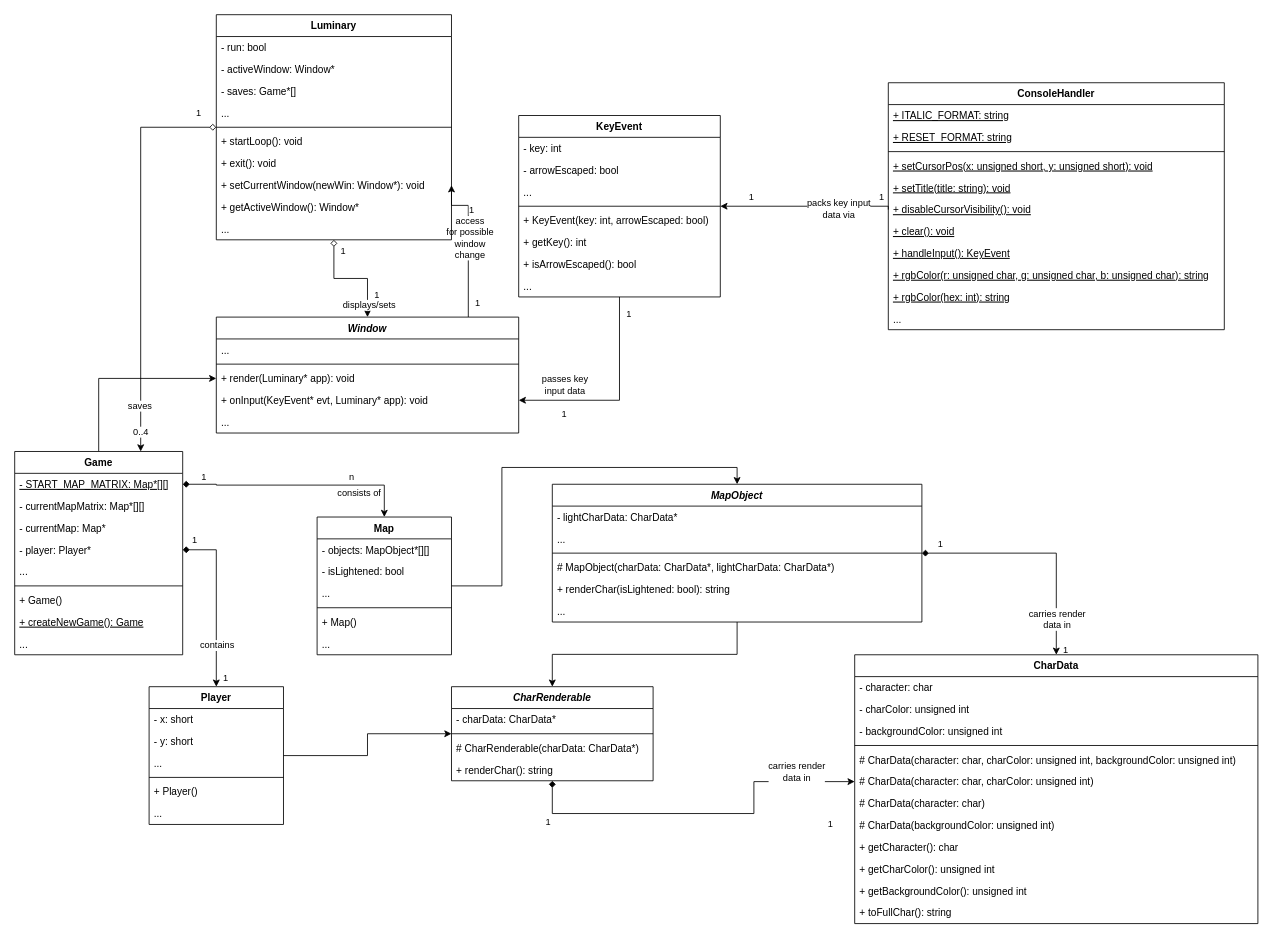
Before: page "UML Diagram" (2 of 2) of project-luminary/diagrams.drawio in KrazyManJ/luminary, a draw.io diagram. Source tidied: cells renumbered, new cells numbered last; positions are measured from the earlier drawing's top-left corner, leaving out a move shared by most shapes. Both pictures are drawn from the tidied source at 84%, with x=0, y=0 at pixel (14, 14).
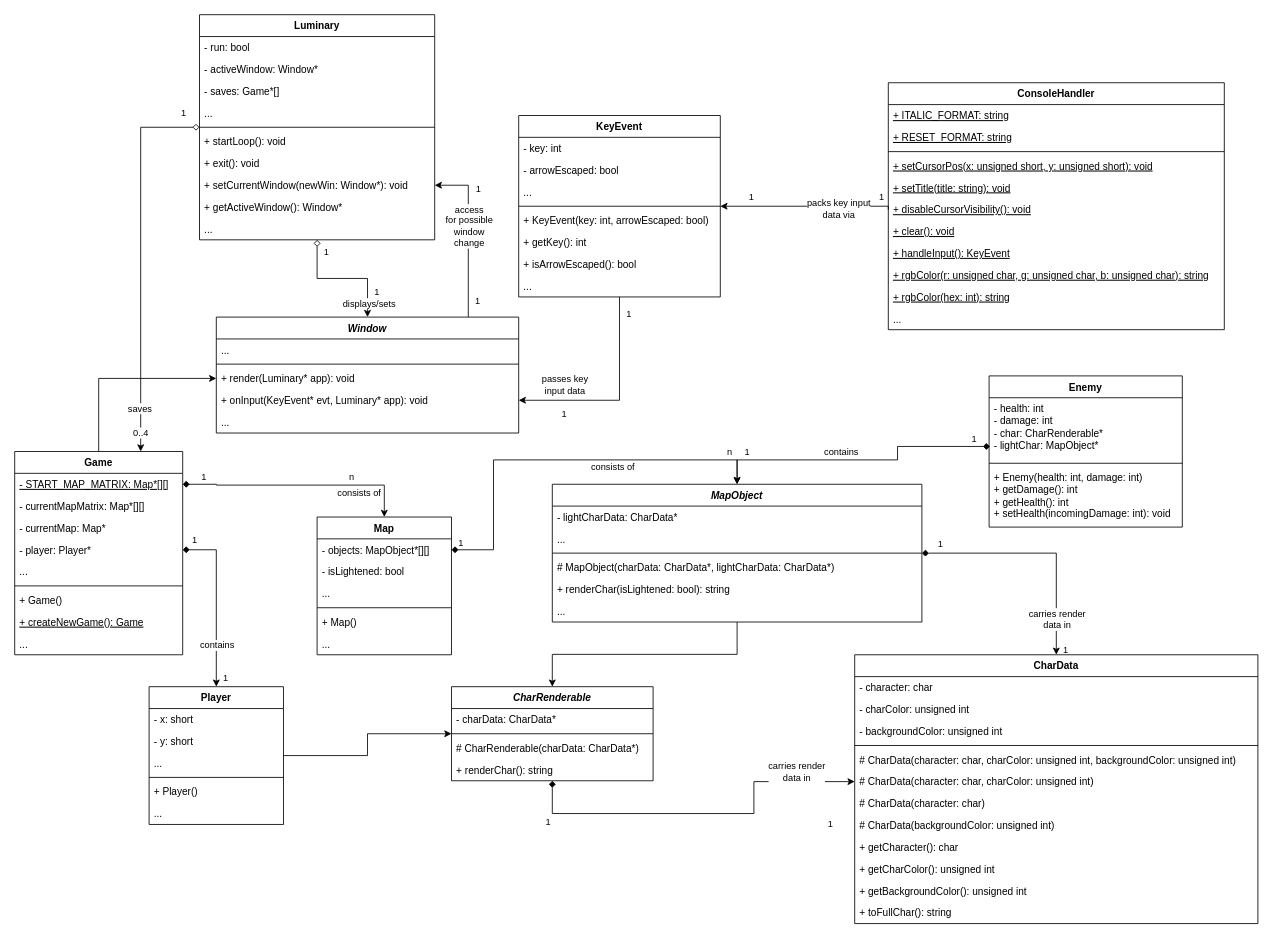
The same diagram, later.

Commit message (it also covers changes not shown here):
Updated UML Diagram - Enemy added and Map bonding with MapObject corrected

Unchanged cells that the change refers to:
```xml
<mxCell id="14" value="Map" style="swimlane;fontStyle=1;align=center;verticalAlign=top;horizontal=1;startSize=26;" parent="1" vertex="1">
  <mxGeometry x="360" y="598" width="160" height="164" as="geometry" />
</mxCell>
<mxCell id="15" value="- objects: MapObject*[][]" style="text;strokeColor=none;fillColor=none;align=left;verticalAlign=top;spacingLeft=4;spacingRight=4;overflow=hidden;points=[[0,0.5],[1,0.5]];portConstraint=eastwest;" parent="14" vertex="1">
  <mxGeometry y="26" width="160" height="26" as="geometry" />
</mxCell>
<mxCell id="61" value="Window" style="swimlane;fontStyle=3;align=center;verticalAlign=top;horizontal=1;startSize=26;" parent="1" vertex="1">
  <mxGeometry x="240" y="360" width="360" height="138" as="geometry" />
</mxCell>
<mxCell id="83" value="+ setCurrentWindow(newWin: Window*): void" style="text;strokeColor=none;fillColor=none;align=left;verticalAlign=top;spacingLeft=4;spacingRight=4;overflow=hidden;points=[[0,0.5],[1,0.5]];portConstraint=eastwest;" parent="75" vertex="1">
  <mxGeometry y="190" width="280" height="26" as="geometry" />
</mxCell>
<mxCell id="108" value="MapObject" style="swimlane;fontStyle=3;align=center;verticalAlign=top;horizontal=1;startSize=26;" parent="1" vertex="1">
  <mxGeometry x="640" y="559" width="440" height="164" as="geometry" />
</mxCell>
```

Change to the diagram source:
```diff
@@
-    <mxCell id="13" style="edgeStyle=orthogonalEdgeStyle;rounded=0;jettySize=auto;html=1;entryX=0.5;entryY=0;entryDx=0;entryDy=0;strokeWidth=1;startArrow=none;startFill=0;endArrow=classic;endFill=1;endSize=6;" parent="1" edge="1" source="14" target="108">
-      <mxGeometry relative="1" as="geometry" />
-    </mxCell>
@@
     <mxCell id="57" style="edgeStyle=orthogonalEdgeStyle;rounded=0;jettySize=auto;html=1;entryX=1;entryY=0.5;entryDx=0;entryDy=0;strokeWidth=1;startArrow=none;startFill=0;endArrow=classic;endFill=1;endSize=6;" parent="1" edge="1" source="61" target="83">
       <mxGeometry relative="1" as="geometry">
         <Array as="points">
-          <mxPoint x="540" y="227" />
+          <mxPoint x="540" y="203" />
         </Array>
       </mxGeometry>
     </mxCell>
@@
     <mxCell id="60" value="access&lt;br&gt;for possible&lt;br&gt;window&lt;br&gt;change" style="edgeLabel;html=1;align=center;verticalAlign=middle;" parent="57" vertex="1">
       <mxGeometry x="0.23" y="-1" relative="1" as="geometry">
-        <mxPoint y="14" as="offset" />
+        <mxPoint x="-1" y="12" as="offset" />
       </mxGeometry>
     </mxCell>
@@
     <mxCell id="75" value="Luminary" style="swimlane;fontStyle=1;align=center;verticalAlign=top;horizontal=1;startSize=26;" parent="1" vertex="1">
-      <mxGeometry x="240" width="280" height="268" as="geometry" />
+      <mxGeometry x="220" width="280" height="268" as="geometry" />
     </mxCell>
@@
+    <mxCell id="128" value="Enemy" style="swimlane;fontStyle=1;align=center;verticalAlign=top;horizontal=1;startSize=26;whiteSpace=wrap;html=1;" parent="1" vertex="1">
+      <mxGeometry x="1160" y="430" width="230" height="180" as="geometry" />
+    </mxCell>
+    <mxCell id="129" value="- health: int&lt;br&gt;- damage: int&lt;br&gt;- char: CharRenderable*&lt;br&gt;- lightChar: MapObject*" style="text;strokeColor=none;fillColor=none;align=left;verticalAlign=top;spacingLeft=4;spacingRight=4;overflow=hidden;whiteSpace=wrap;html=1;" parent="128" vertex="1">
+      <mxGeometry y="26" width="230" height="74" as="geometry" />
+    </mxCell>
+    <mxCell id="130" style="line;strokeWidth=1;fillColor=none;align=left;verticalAlign=middle;spacingTop=-1;spacingLeft=3;spacingRight=3;labelPosition=right;strokeColor=inherit;" parent="128" vertex="1">
+      <mxGeometry y="100" width="230" height="8" as="geometry" />
+    </mxCell>
+    <mxCell id="131" value="+ Enemy(health: int, damage: int)&lt;br&gt;+ getDamage(): int&lt;br&gt;+ getHealth(): int&lt;br&gt;+ setHealth(incomingDamage: int): void" style="text;strokeColor=none;fillColor=none;align=left;verticalAlign=top;spacingLeft=4;spacingRight=4;overflow=hidden;whiteSpace=wrap;html=1;" parent="128" vertex="1">
+      <mxGeometry y="108" width="230" height="72" as="geometry" />
+    </mxCell>
+    <mxCell id="132" style="edgeStyle=orthogonalEdgeStyle;rounded=0;jettySize=auto;html=1;exitX=1;exitY=0.5;exitDx=0;exitDy=0;entryX=0.5;entryY=0;entryDx=0;entryDy=0;startArrow=diamond;startFill=1;endArrow=classic;endFill=1;" parent="1" edge="1" source="15" target="108">
+      <mxGeometry relative="1" as="geometry">
+        <Array as="points">
+          <mxPoint x="570" y="637" />
+          <mxPoint x="570" y="530" />
+          <mxPoint x="860" y="530" />
+        </Array>
+      </mxGeometry>
+    </mxCell>
+    <mxCell id="133" value="consists of" style="edgeLabel;html=1;align=center;verticalAlign=middle;" parent="132" vertex="1">
+      <mxGeometry x="0.53" y="-2" relative="1" as="geometry">
+        <mxPoint x="-66" y="6" as="offset" />
+      </mxGeometry>
+    </mxCell>
+    <mxCell id="134" value="n" style="edgeLabel;html=1;align=center;verticalAlign=middle;" parent="132" vertex="1">
+      <mxGeometry x="0.1" y="1" relative="1" as="geometry">
+        <mxPoint x="175" y="-9" as="offset" />
+      </mxGeometry>
+    </mxCell>
+    <mxCell id="135" value="1" style="edgeLabel;html=1;align=center;verticalAlign=middle;" parent="132" vertex="1">
+      <mxGeometry x="-0.78" y="2" relative="1" as="geometry">
+        <mxPoint x="-38" y="-7" as="offset" />
+      </mxGeometry>
+    </mxCell>
+    <mxCell id="136" style="edgeStyle=orthogonalEdgeStyle;rounded=0;jettySize=auto;html=1;startArrow=diamond;startFill=1;exitX=0;exitY=0.865;exitDx=0;exitDy=0;exitPerimeter=0;entryX=0.5;entryY=0;entryDx=0;entryDy=0;" parent="1" edge="1" target="108">
+      <mxGeometry relative="1" as="geometry">
+        <mxPoint x="1161" y="514" as="sourcePoint" />
+        <Array as="points">
+          <mxPoint x="1051" y="514" />
+          <mxPoint x="1051" y="530" />
+          <mxPoint x="860" y="530" />
+        </Array>
+      </mxGeometry>
+    </mxCell>
+    <mxCell id="137" value="1" style="edgeLabel;html=1;align=center;verticalAlign=middle;" parent="136" vertex="1">
+      <mxGeometry x="-0.58" y="1" relative="1" as="geometry">
+        <mxPoint x="53" y="-11" as="offset" />
+      </mxGeometry>
+    </mxCell>
+    <mxCell id="138" value="1" style="edgeLabel;html=1;align=center;verticalAlign=middle;" parent="136" vertex="1">
+      <mxGeometry x="0.06" y="1" relative="1" as="geometry">
+        <mxPoint x="-123" y="-11" as="offset" />
+      </mxGeometry>
+    </mxCell>
+    <mxCell id="139" value="contains" style="edgeLabel;html=1;align=center;verticalAlign=middle;" parent="136" vertex="1">
+      <mxGeometry x="0.41" relative="1" as="geometry">
+        <mxPoint x="50" y="-10" as="offset" />
+      </mxGeometry>
+    </mxCell>
```
